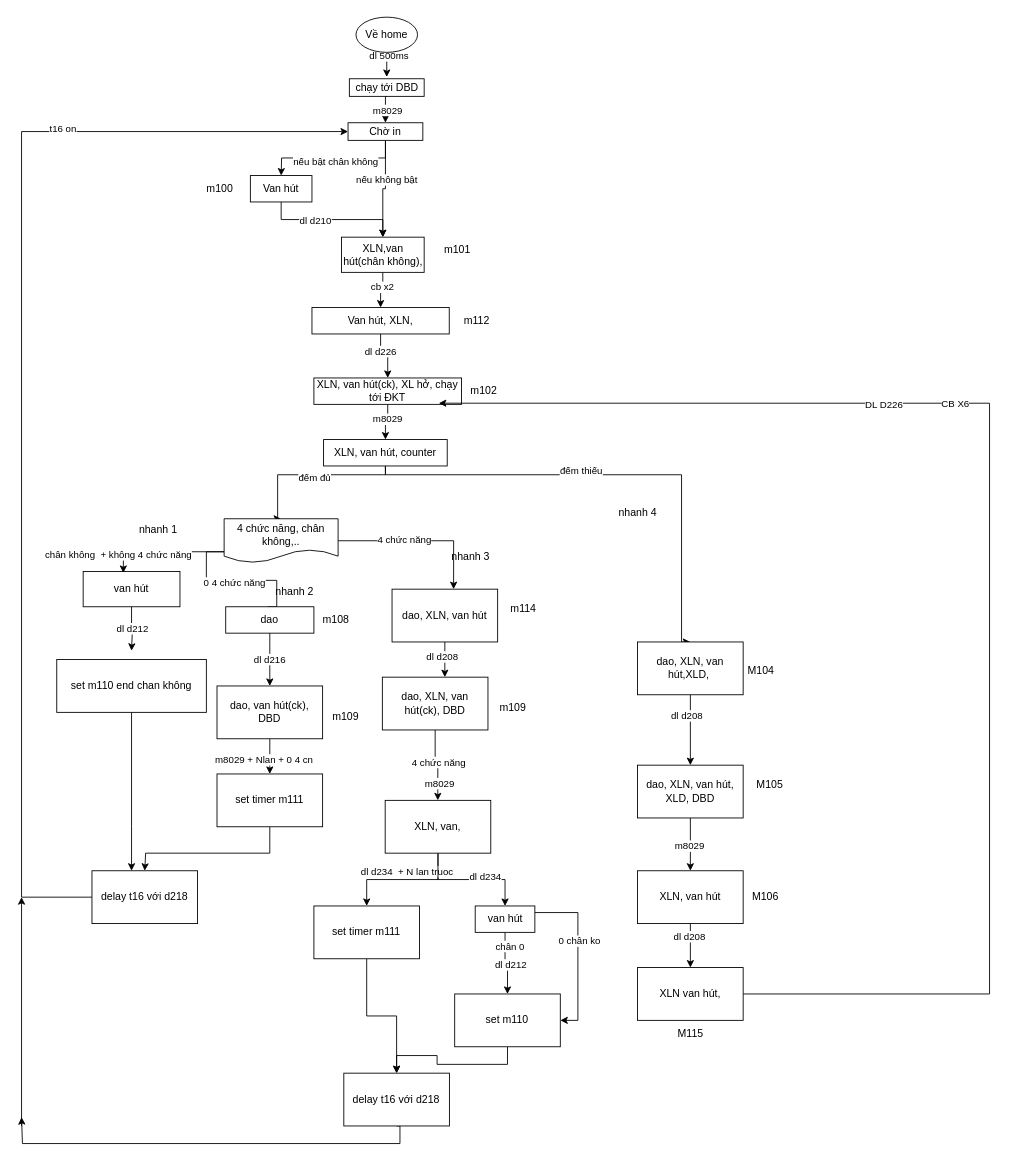
Before: trai muc truoc.drawio in robowindgit/a0-quyencun, a draw.io diagram. Source tidied: cells renumbered, new cells numbered last; positions are measured from the earlier drawing's top-left corner, leaving out a move shared by most shapes. Both pictures are drawn from the tidied source at 88%, with x=0, y=0 at pixel (21, 17).
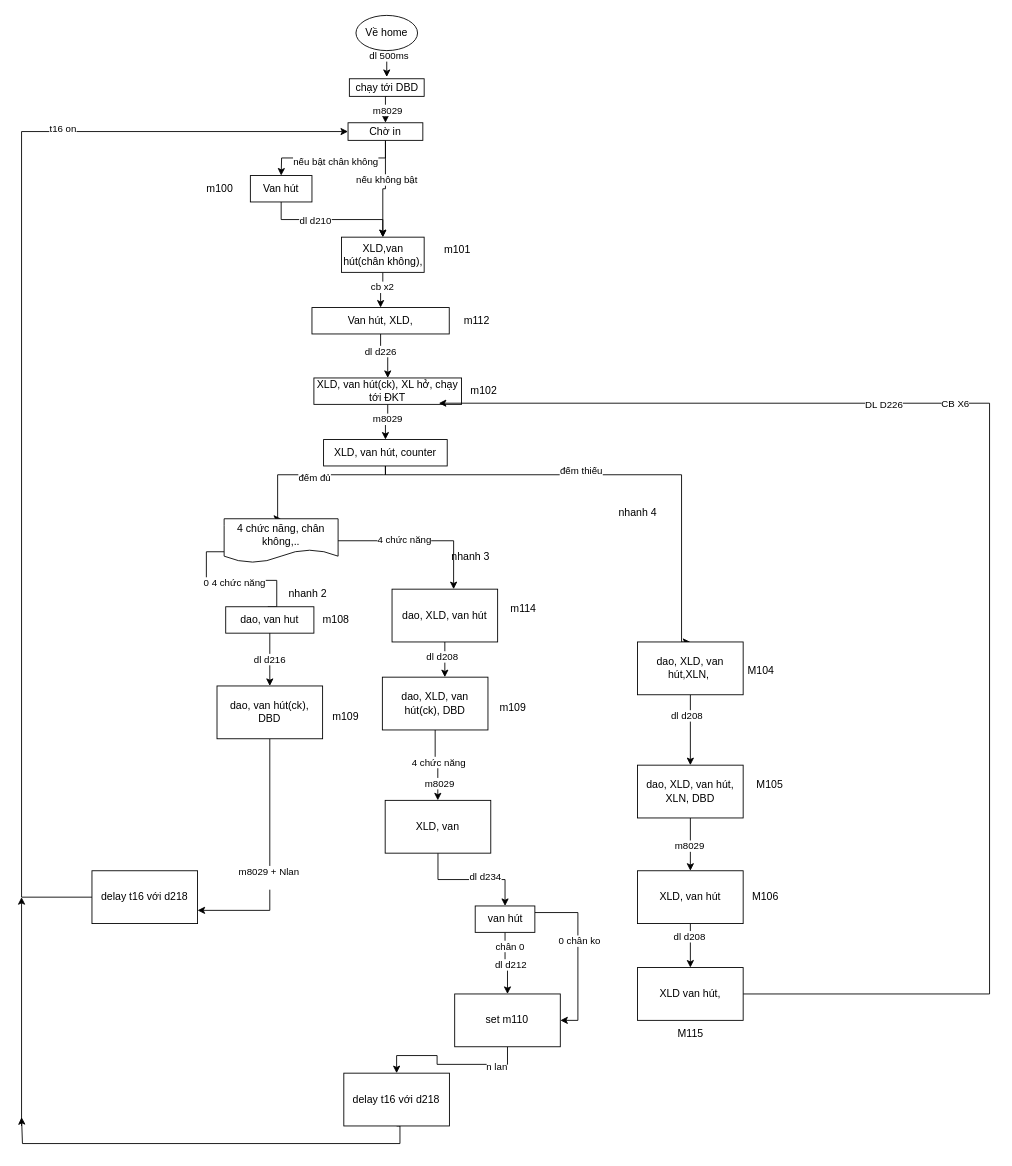
The same diagram, later.

Commit message (it also covers changes not shown here):
Cập nhật trai muc truoc.drawio

The change refers to these unchanged cells:
```xml
<mxCell id="33" value="4 chức năng, chân không,.." style="shape=document;whiteSpace=wrap;html=1;boundedLbl=1;" parent="1" vertex="1">
  <mxGeometry x="230.2" y="570" width="129.5" height="50" as="geometry" />
</mxCell>
<mxCell id="43" value="dao, van hút(ck), DBD" style="whiteSpace=wrap;html=1;" parent="1" vertex="1">
  <mxGeometry x="222.1" y="760" width="120" height="60" as="geometry" />
</mxCell>
<mxCell id="50" value="delay t16 với d218" style="whiteSpace=wrap;html=1;" parent="1" vertex="1">
  <mxGeometry x="80" y="970" width="120" height="60" as="geometry" />
</mxCell>
<mxCell id="74" style="edgeStyle=orthogonalEdgeStyle;rounded=0;jettySize=auto;html=1;exitX=0.5;exitY=1;exitDx=0;exitDy=0;" parent="1" edge="1" source="75" target="77">
  <mxGeometry relative="1" as="geometry" />
</mxCell>
<mxCell id="77" value="delay t16 với d218" style="whiteSpace=wrap;html=1;" parent="1" vertex="1">
  <mxGeometry x="366.2" y="1200" width="120" height="60" as="geometry" />
</mxCell>
```

Diff of the diagram source:
```diff
@@
     <mxCell id="4" value="Về home" style="ellipse;whiteSpace=wrap;html=1;" parent="1" vertex="1">
-      <mxGeometry x="380" width="70" height="40" as="geometry" />
+      <mxGeometry x="380" y="-2" width="70" height="40" as="geometry" />
     </mxCell>
@@
-    <mxCell id="19" value="XLN,van hút(chân không)," style="whiteSpace=wrap;html=1;" parent="1" vertex="1">
+    <mxCell id="19" value="XLD,van hút(chân không)," style="whiteSpace=wrap;html=1;" parent="1" vertex="1">
       <mxGeometry x="363.5" y="250" width="94" height="40" as="geometry" />
     </mxCell>
@@
-    <mxCell id="22" value="Van hút, XLN," style="whiteSpace=wrap;html=1;" parent="1" vertex="1">
+    <mxCell id="22" value="Van hút, XLD," style="whiteSpace=wrap;html=1;" parent="1" vertex="1">
       <mxGeometry x="330" y="330" width="156" height="30" as="geometry" />
     </mxCell>
@@
-    <mxCell id="25" value="XLN, van hút(ck), XL hở, chạy tới ĐKT" style="whiteSpace=wrap;html=1;" parent="1" vertex="1">
+    <mxCell id="25" value="XLD, van hút(ck), XL hở, chạy tới ĐKT" style="whiteSpace=wrap;html=1;" parent="1" vertex="1">
       <mxGeometry x="332.2" y="410" width="167.8" height="30" as="geometry" />
     </mxCell>
@@
-    <mxCell id="30" value="XLN, van hút, counter" style="whiteSpace=wrap;html=1;" parent="1" vertex="1">
+    <mxCell id="30" value="XLD, van hút, counter" style="whiteSpace=wrap;html=1;" parent="1" vertex="1">
       <mxGeometry x="343.2" y="480" width="140.5" height="30" as="geometry" />
     </mxCell>
@@
-    <mxCell id="34" style="edgeStyle=orthogonalEdgeStyle;rounded=0;jettySize=auto;html=1;exitX=0.5;exitY=1;exitDx=0;exitDy=0;entryX=0.5;entryY=0;entryDx=0;entryDy=0;" parent="1" edge="1" source="36">
-      <mxGeometry relative="1" as="geometry">
-        <mxPoint x="125" y="720" as="targetPoint" />
-        <Array as="points">
-          <mxPoint x="125" y="695" />
-          <mxPoint x="126" y="695" />
-        </Array>
-      </mxGeometry>
-    </mxCell>
-    <mxCell id="35" value="dl d212" style="edgeLabel;html=1;align=center;verticalAlign=middle;" parent="34" vertex="1">
-      <mxGeometry x="-0.04" relative="1" as="geometry" />
-    </mxCell>
-    <mxCell id="36" value="van hút" style="whiteSpace=wrap;html=1;" parent="1" vertex="1">
-      <mxGeometry x="70" y="630" width="110" height="40" as="geometry" />
-    </mxCell>
-    <mxCell id="37" style="edgeStyle=orthogonalEdgeStyle;rounded=0;jettySize=auto;html=1;exitX=0;exitY=0.75;exitDx=0;exitDy=0;entryX=0.415;entryY=0.04;entryDx=0;entryDy=0;entryPerimeter=0;" parent="1" edge="1" source="33" target="36">
-      <mxGeometry relative="1" as="geometry" />
-    </mxCell>
-    <mxCell id="38" value="chân không&amp;nbsp; + không 4 chức năng" style="edgeLabel;html=1;align=center;verticalAlign=middle;" parent="37" vertex="1">
-      <mxGeometry x="0.12" y="2" relative="1" as="geometry">
-        <mxPoint x="-43" y="1" as="offset" />
-      </mxGeometry>
-    </mxCell>
-    <mxCell id="39" value="dao" style="whiteSpace=wrap;html=1;" parent="1" vertex="1">
+    <mxCell id="39" value="dao, van hut" style="whiteSpace=wrap;html=1;" parent="1" vertex="1">
       <mxGeometry x="232" y="670" width="100.2" height="30" as="geometry" />
     </mxCell>
@@
-    <mxCell id="41" style="edgeStyle=orthogonalEdgeStyle;rounded=0;jettySize=auto;html=1;exitX=0.5;exitY=1;exitDx=0;exitDy=0;entryX=0.5;entryY=0;entryDx=0;entryDy=0;" parent="1" edge="1" source="43" target="45">
+    <mxCell id="41" style="edgeStyle=orthogonalEdgeStyle;rounded=0;jettySize=auto;html=1;exitX=0.5;exitY=1;exitDx=0;exitDy=0;entryX=1;entryY=0.75;entryDx=0;entryDy=0;" parent="1" edge="1" source="43" target="50">
       <mxGeometry relative="1" as="geometry" />
     </mxCell>
-    <mxCell id="42" value="m8029 + Nlan + 0 4 cn&lt;span style=&quot;white-space: pre;&quot;&gt;&#9;&lt;/span&gt;" style="edgeLabel;html=1;align=center;verticalAlign=middle;" parent="41" vertex="1">
+    <mxCell id="42" value="m8029 + Nlan &lt;br&gt;&lt;span style=&quot;white-space: pre;&quot;&gt;&#9;&lt;/span&gt;" style="edgeLabel;html=1;align=center;verticalAlign=middle;" parent="41" vertex="1">
       <mxGeometry x="0.13" y="-1" relative="1" as="geometry">
         <mxPoint x="-1" as="offset" />
       </mxGeometry>
     </mxCell>
@@
-    <mxCell id="44" style="edgeStyle=orthogonalEdgeStyle;rounded=0;jettySize=auto;html=1;exitX=0.5;exitY=1;exitDx=0;exitDy=0;entryX=0.5;entryY=0;entryDx=0;entryDy=0;" parent="1" edge="1" source="45" target="50">
-      <mxGeometry relative="1" as="geometry">
-        <Array as="points">
-          <mxPoint x="282" y="950" />
-          <mxPoint x="141" y="950" />
-        </Array>
-      </mxGeometry>
-    </mxCell>
-    <mxCell id="45" value="set timer m111" style="whiteSpace=wrap;html=1;" parent="1" vertex="1">
-      <mxGeometry x="222.1" y="860" width="120" height="60" as="geometry" />
-    </mxCell>
-    <mxCell id="46" style="edgeStyle=orthogonalEdgeStyle;rounded=0;jettySize=auto;html=1;exitX=0.5;exitY=1;exitDx=0;exitDy=0;" parent="1" edge="1" source="47" target="50">
-      <mxGeometry relative="1" as="geometry">
-        <Array as="points">
-          <mxPoint x="125" y="920" />
-          <mxPoint x="125" y="920" />
-        </Array>
-      </mxGeometry>
-    </mxCell>
-    <mxCell id="47" value="set m110 end chan không" style="whiteSpace=wrap;html=1;" parent="1" vertex="1">
-      <mxGeometry x="40" y="730" width="170" height="60" as="geometry" />
-    </mxCell>
@@
-    <mxCell id="53" value="dao, XLN, van hút" style="whiteSpace=wrap;html=1;" parent="1" vertex="1">
+    <mxCell id="53" value="dao, XLD, van hút" style="whiteSpace=wrap;html=1;" parent="1" vertex="1">
       <mxGeometry x="421" y="650" width="120" height="60" as="geometry" />
     </mxCell>
@@
-    <mxCell id="60" value="dao, XLN, van hút(ck), DBD" style="whiteSpace=wrap;html=1;" parent="1" vertex="1">
+    <mxCell id="60" value="dao, XLD, van hút(ck), DBD" style="whiteSpace=wrap;html=1;" parent="1" vertex="1">
       <mxGeometry x="410" y="750" width="120" height="60" as="geometry" />
     </mxCell>
-    <mxCell id="61" style="edgeStyle=orthogonalEdgeStyle;rounded=0;jettySize=auto;html=1;exitX=0.5;exitY=1;exitDx=0;exitDy=0;entryX=0.5;entryY=0;entryDx=0;entryDy=0;" parent="1" edge="1" source="65" target="67">
-      <mxGeometry relative="1" as="geometry" />
-    </mxCell>
-    <mxCell id="62" value="dl d234&amp;nbsp; + N lan truoc" style="edgeLabel;html=1;align=center;verticalAlign=middle;" parent="61" vertex="1">
-      <mxGeometry x="-0.07" y="-10" relative="1" as="geometry" />
-    </mxCell>
@@
-    <mxCell id="65" value="XLN, van," style="whiteSpace=wrap;html=1;" parent="1" vertex="1">
+    <mxCell id="65" value="XLD, van" style="whiteSpace=wrap;html=1;" parent="1" vertex="1">
       <mxGeometry x="413.2" y="890" width="120" height="60" as="geometry" />
     </mxCell>
-    <mxCell id="66" style="edgeStyle=orthogonalEdgeStyle;rounded=0;jettySize=auto;html=1;exitX=0.5;exitY=1;exitDx=0;exitDy=0;" parent="1" edge="1" source="67" target="77">
-      <mxGeometry relative="1" as="geometry" />
-    </mxCell>
-    <mxCell id="67" value="set timer m111" style="whiteSpace=wrap;html=1;" parent="1" vertex="1">
-      <mxGeometry x="332.2" y="1010" width="120" height="60" as="geometry" />
-    </mxCell>
@@
+    <mxCell id="107" value="n lan" style="edgeLabel;html=1;align=center;verticalAlign=middle;" parent="74" vertex="1">
+      <mxGeometry x="-0.62" y="2" relative="1" as="geometry" />
+    </mxCell>
@@
-    <mxCell id="80" value="dao, XLN, van hút,XLD,&amp;nbsp;" style="whiteSpace=wrap;html=1;" parent="1" vertex="1">
+    <mxCell id="80" value="dao, XLD, van hút,XLN,&amp;nbsp;" style="whiteSpace=wrap;html=1;" parent="1" vertex="1">
       <mxGeometry x="700" y="710" width="120" height="60" as="geometry" />
     </mxCell>
@@
-    <mxCell id="83" value="dao, XLN, van hút, XLD, DBD" style="whiteSpace=wrap;html=1;" parent="1" vertex="1">
+    <mxCell id="83" value="dao, XLD, van hút, XLN, DBD" style="whiteSpace=wrap;html=1;" parent="1" vertex="1">
       <mxGeometry x="700" y="850" width="120" height="60" as="geometry" />
     </mxCell>
@@
-    <mxCell id="86" value="XLN, van hút" style="whiteSpace=wrap;html=1;" parent="1" vertex="1">
+    <mxCell id="86" value="XLD, van hút" style="whiteSpace=wrap;html=1;" parent="1" vertex="1">
       <mxGeometry x="700" y="970" width="120" height="60" as="geometry" />
     </mxCell>
@@
-    <mxCell id="90" value="XLN van hút," style="whiteSpace=wrap;html=1;" parent="1" vertex="1">
+    <mxCell id="90" value="XLD van hút," style="whiteSpace=wrap;html=1;" parent="1" vertex="1">
       <mxGeometry x="700" y="1080" width="120" height="60" as="geometry" />
     </mxCell>
@@
     <mxCell id="105" value="nhanh 2" style="text;html=1;align=center;verticalAlign=middle;strokeColor=none;fillColor=none;" parent="1" vertex="1">
-      <mxGeometry x="275" y="638" width="70" height="30" as="geometry" />
+      <mxGeometry x="289.8" y="640" width="70" height="30" as="geometry" />
     </mxCell>
-    <mxCell id="106" value="nhanh 1" style="text;html=1;align=center;verticalAlign=middle;strokeColor=none;fillColor=none;" parent="1" vertex="1">
-      <mxGeometry x="120" y="568" width="70" height="30" as="geometry" />
-    </mxCell>
```
